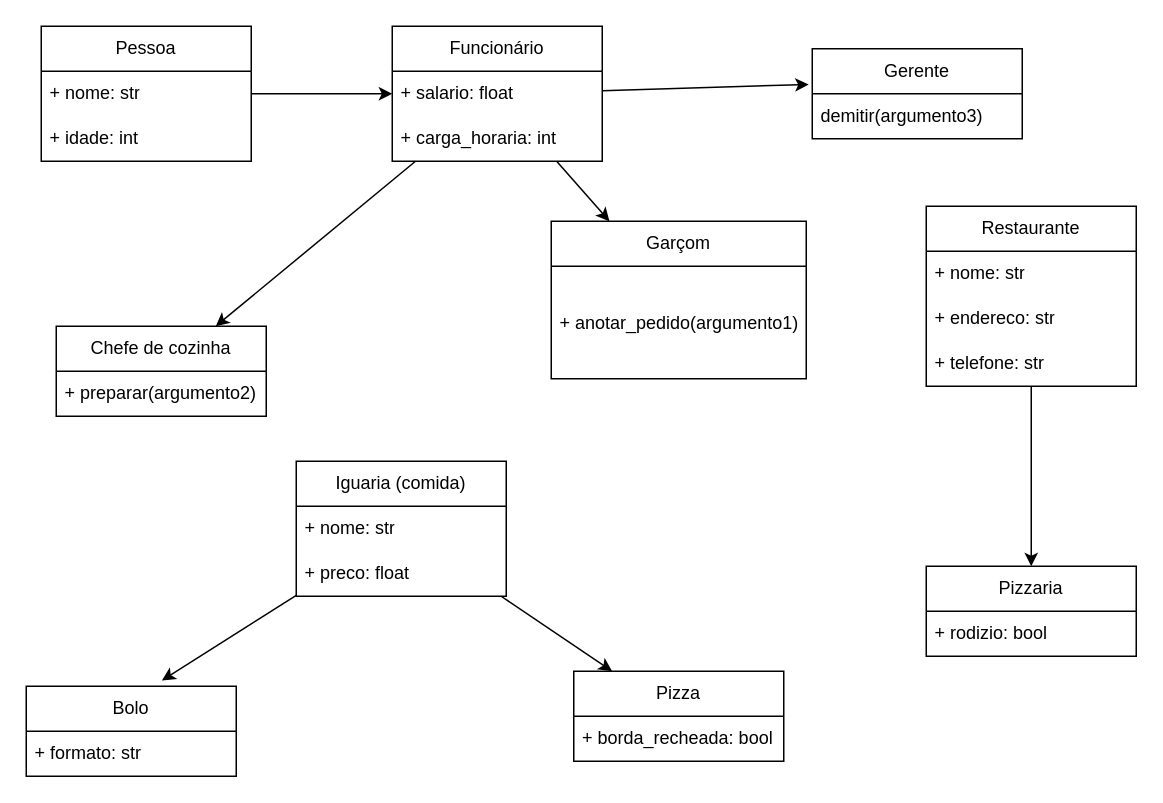
yLxuis/Respostas-CB23-2026 keeps this draw.io diagram as entregas_aula05_05_3482/05_3482_diagrama.drawio. Above is the earlier version. Source tidied: cells renumbered, new cells numbered last; positions are measured from the earlier drawing's top-left corner, leaving out a move shared by most shapes. Both pictures are drawn from the tidied source at 150%, with x=0, y=0 at pixel (26, 26).
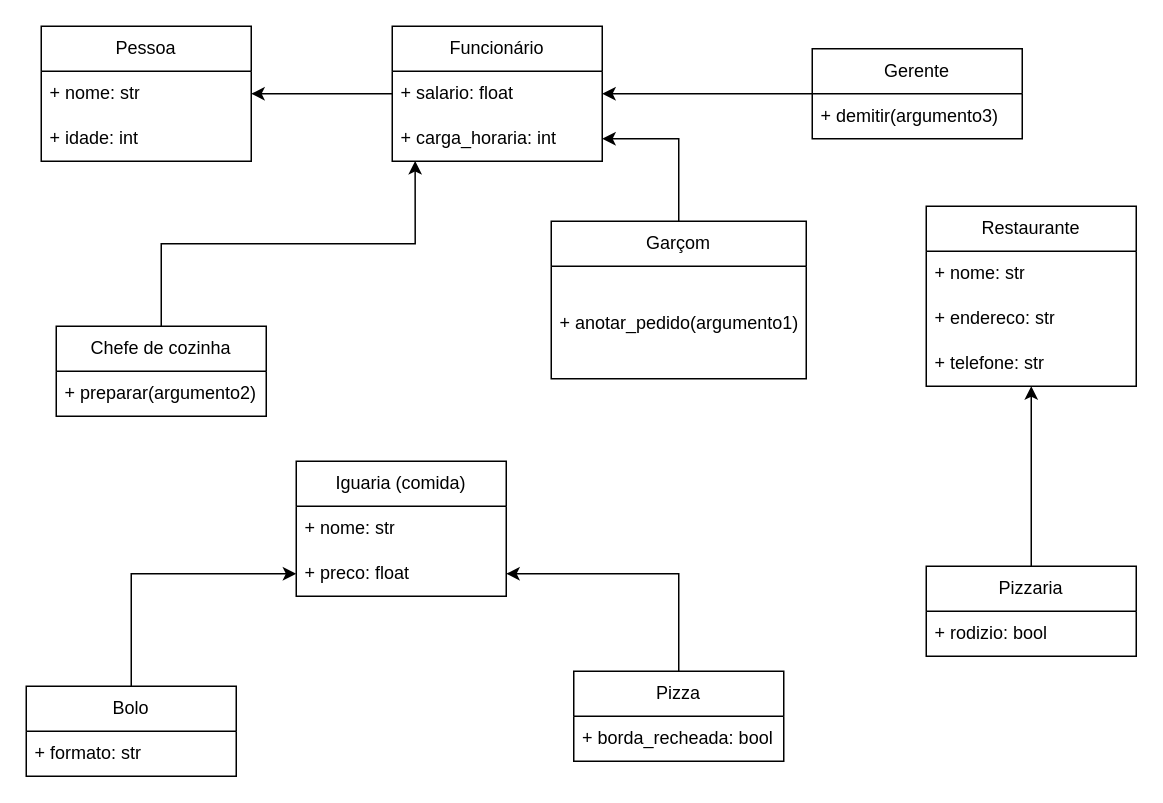
The same diagram, later.

Commit message (it also covers changes not shown here):
Alteração dos arquivos referentes ao diagrama de classes

Unchanged cells that the change refers to:
```xml
<mxCell id="3" value="Pessoa" style="swimlane;fontStyle=0;horizontal=1;startSize=30;whiteSpace=wrap;html=1;" parent="1" vertex="1">
  <mxGeometry x="10" width="140" height="90" as="geometry" />
</mxCell>
<mxCell id="8" value="Funcionário" style="swimlane;fontStyle=0;horizontal=1;startSize=30;whiteSpace=wrap;html=1;" parent="1" vertex="1">
  <mxGeometry x="244" width="140" height="90" as="geometry" />
</mxCell>
<mxCell id="9" value="+ salario: float" style="text;strokeColor=none;fillColor=none;align=left;verticalAlign=middle;spacingLeft=4;spacingRight=4;overflow=hidden;points=[[0,0.5],[1,0.5]];portConstraint=eastwest;whiteSpace=wrap;html=1;" parent="8" vertex="1">
  <mxGeometry y="30" width="140" height="30" as="geometry" />
</mxCell>
<mxCell id="10" value="+ carga_horaria: int" style="text;strokeColor=none;fillColor=none;align=left;verticalAlign=middle;spacingLeft=4;spacingRight=4;overflow=hidden;points=[[0,0.5],[1,0.5]];portConstraint=eastwest;whiteSpace=wrap;html=1;" parent="8" vertex="1">
  <mxGeometry y="60" width="140" height="30" as="geometry" />
</mxCell>
<mxCell id="11" value="Pizza" style="swimlane;fontStyle=0;horizontal=1;startSize=30;whiteSpace=wrap;html=1;" parent="1" vertex="1">
  <mxGeometry x="365" y="430" width="140" height="60" as="geometry" />
</mxCell>
<mxCell id="13" value="Garçom" style="swimlane;fontStyle=0;horizontal=1;startSize=30;whiteSpace=wrap;html=1;" parent="1" vertex="1">
  <mxGeometry x="350" y="130" width="170" height="105" as="geometry" />
</mxCell>
<mxCell id="15" value="Chefe de cozinha" style="swimlane;fontStyle=0;horizontal=1;startSize=30;whiteSpace=wrap;html=1;" parent="1" vertex="1">
  <mxGeometry x="20" y="200" width="140" height="60" as="geometry" />
</mxCell>
<mxCell id="18" value="Restaurante" style="swimlane;fontStyle=0;horizontal=1;startSize=30;whiteSpace=wrap;html=1;" parent="1" vertex="1">
  <mxGeometry x="600" y="120" width="140" height="120" as="geometry" />
</mxCell>
<mxCell id="22" value="Bolo" style="swimlane;fontStyle=0;horizontal=1;startSize=30;whiteSpace=wrap;html=1;" parent="1" vertex="1">
  <mxGeometry y="440" width="140" height="60" as="geometry" />
</mxCell>
<mxCell id="24" value="Gerente" style="swimlane;fontStyle=0;horizontal=1;startSize=30;whiteSpace=wrap;html=1;" parent="1" vertex="1">
  <mxGeometry x="524" y="15" width="140" height="60" as="geometry" />
</mxCell>
<mxCell id="26" value="Pizzaria" style="swimlane;fontStyle=0;horizontal=1;startSize=30;whiteSpace=wrap;html=1;" parent="1" vertex="1">
  <mxGeometry x="600" y="360" width="140" height="60" as="geometry" />
</mxCell>
<mxCell id="29" value="Iguaria (comida)" style="swimlane;fontStyle=0;horizontal=1;startSize=30;whiteSpace=wrap;html=1;" parent="1" vertex="1">
  <mxGeometry x="180" y="290" width="140" height="90" as="geometry" />
</mxCell>
<mxCell id="31" value="+ preco: float" style="text;strokeColor=none;fillColor=none;align=left;verticalAlign=middle;spacingLeft=4;spacingRight=4;overflow=hidden;points=[[0,0.5],[1,0.5]];portConstraint=eastwest;whiteSpace=wrap;html=1;" parent="29" vertex="1">
  <mxGeometry y="60" width="140" height="30" as="geometry" />
</mxCell>
```

Diff of the diagram source:
```diff
@@
-    <mxCell id="2" style="edgeStyle=none;rounded=0;jettySize=auto;html=1;" parent="1" edge="1" source="3" target="8">
+    <mxCell id="2" style="edgeStyle=none;rounded=0;orthogonalLoop=1;jettySize=auto;html=1;entryX=1;entryY=0.5;entryDx=0;entryDy=0;" parent="1" edge="1" source="3" target="3">
       <mxGeometry relative="1" as="geometry" />
     </mxCell>
@@
-    <mxCell id="6" style="edgeStyle=none;rounded=0;jettySize=auto;html=1;" parent="1" edge="1" source="8" target="13">
-      <mxGeometry relative="1" as="geometry" />
+    <mxCell id="6" style="edgeStyle=none;rounded=0;jettySize=auto;html=1;" parent="1" edge="1" source="8">
+      <mxGeometry relative="1" as="geometry">
+        <mxPoint x="350" y="90" as="targetPoint" />
+      </mxGeometry>
     </mxCell>
-    <mxCell id="7" style="edgeStyle=none;rounded=0;jettySize=auto;html=1;" parent="1" edge="1" source="8" target="15">
+    <mxCell id="7" style="edgeStyle=none;rounded=0;orthogonalLoop=1;jettySize=auto;html=1;entryX=0;entryY=1;entryDx=0;entryDy=0;" parent="1" edge="1" source="8" target="8">
       <mxGeometry relative="1" as="geometry" />
     </mxCell>
@@
+    <mxCell id="34" style="edgeStyle=orthogonalEdgeStyle;rounded=0;jettySize=auto;html=1;" parent="1" edge="1" source="11" target="31">
+      <mxGeometry relative="1" as="geometry" />
+    </mxCell>
@@
+    <mxCell id="35" style="edgeStyle=orthogonalEdgeStyle;rounded=0;jettySize=auto;html=1;entryX=1;entryY=0.5;entryDx=0;entryDy=0;" parent="1" edge="1" source="13" target="10">
+      <mxGeometry relative="1" as="geometry" />
+    </mxCell>
@@
-    <mxCell id="17" style="edgeStyle=none;rounded=0;jettySize=auto;html=1;entryX=0.5;entryY=0;entryDx=0;entryDy=0;" parent="1" edge="1" source="18" target="26">
+    <mxCell id="17" style="edgeStyle=none;rounded=0;orthogonalLoop=1;jettySize=auto;html=1;entryX=0.5;entryY=1;entryDx=0;entryDy=0;" parent="1" edge="1" source="18" target="18">
       <mxGeometry relative="1" as="geometry" />
     </mxCell>
@@
+    <mxCell id="36" style="edgeStyle=orthogonalEdgeStyle;rounded=0;jettySize=auto;html=1;" parent="1" edge="1" source="22" target="31">
+      <mxGeometry relative="1" as="geometry" />
+    </mxCell>
@@
+    <mxCell id="37" style="edgeStyle=orthogonalEdgeStyle;rounded=0;jettySize=auto;html=1;entryX=1;entryY=0.5;entryDx=0;entryDy=0;" parent="1" edge="1" source="24" target="8">
+      <mxGeometry relative="1" as="geometry" />
+    </mxCell>
@@
-    <mxCell id="25" value="demitir(argumento3)" style="text;strokeColor=none;fillColor=none;align=left;verticalAlign=middle;spacingLeft=4;spacingRight=4;overflow=hidden;whiteSpace=wrap;html=1;" parent="24" vertex="1">
+    <mxCell id="25" value="+ demitir(argumento3)" style="text;strokeColor=none;fillColor=none;align=left;verticalAlign=middle;spacingLeft=4;spacingRight=4;overflow=hidden;whiteSpace=wrap;html=1;" parent="24" vertex="1">
       <mxGeometry y="30" width="140" height="30" as="geometry" />
     </mxCell>
+    <mxCell id="38" style="edgeStyle=orthogonalEdgeStyle;rounded=0;jettySize=auto;html=1;entryX=0.5;entryY=1;entryDx=0;entryDy=0;" parent="1" edge="1" source="26" target="18">
+      <mxGeometry relative="1" as="geometry" />
+    </mxCell>
@@
-    <mxCell id="28" style="edgeStyle=none;rounded=0;jettySize=auto;html=1;" parent="1" edge="1" source="29" target="11">
-      <mxGeometry relative="1" as="geometry" />
-    </mxCell>
@@
+    <mxCell id="28" style="edgeStyle=none;rounded=0;jettySize=auto;html=1;entryX=0.954;entryY=1.007;entryDx=0;entryDy=0;entryPerimeter=0;" parent="29" edge="1" source="29" target="31">
+      <mxGeometry relative="1" as="geometry" />
+    </mxCell>
-    <mxCell id="32" style="edgeStyle=none;rounded=0;jettySize=auto;html=1;entryX=-0.017;entryY=0.397;entryDx=0;entryDy=0;entryPerimeter=0;" parent="1" edge="1" source="8" target="24">
+    <mxCell id="32" style="edgeStyle=none;rounded=0;orthogonalLoop=1;jettySize=auto;html=1;entryX=1;entryY=0.5;entryDx=0;entryDy=0;" parent="1" edge="1" source="8" target="8">
       <mxGeometry relative="1" as="geometry" />
     </mxCell>
-    <mxCell id="33" style="edgeStyle=none;rounded=0;jettySize=auto;html=1;entryX=0.646;entryY=-0.063;entryDx=0;entryDy=0;entryPerimeter=0;" parent="1" edge="1" source="29" target="22">
+    <mxCell id="33" style="edgeStyle=none;rounded=0;orthogonalLoop=1;jettySize=auto;html=1;entryX=0;entryY=1;entryDx=0;entryDy=0;" parent="1" edge="1" source="29" target="29">
       <mxGeometry relative="1" as="geometry" />
     </mxCell>
+    <mxCell id="39" style="edgeStyle=orthogonalEdgeStyle;rounded=0;jettySize=auto;html=1;entryX=1;entryY=0.5;entryDx=0;entryDy=0;" parent="1" edge="1" source="9" target="3">
+      <mxGeometry relative="1" as="geometry" />
+    </mxCell>
+    <mxCell id="40" style="edgeStyle=orthogonalEdgeStyle;rounded=0;jettySize=auto;html=1;entryX=0.109;entryY=0.993;entryDx=0;entryDy=0;entryPerimeter=0;" parent="1" edge="1" source="15" target="10">
+      <mxGeometry relative="1" as="geometry" />
+    </mxCell>
```
